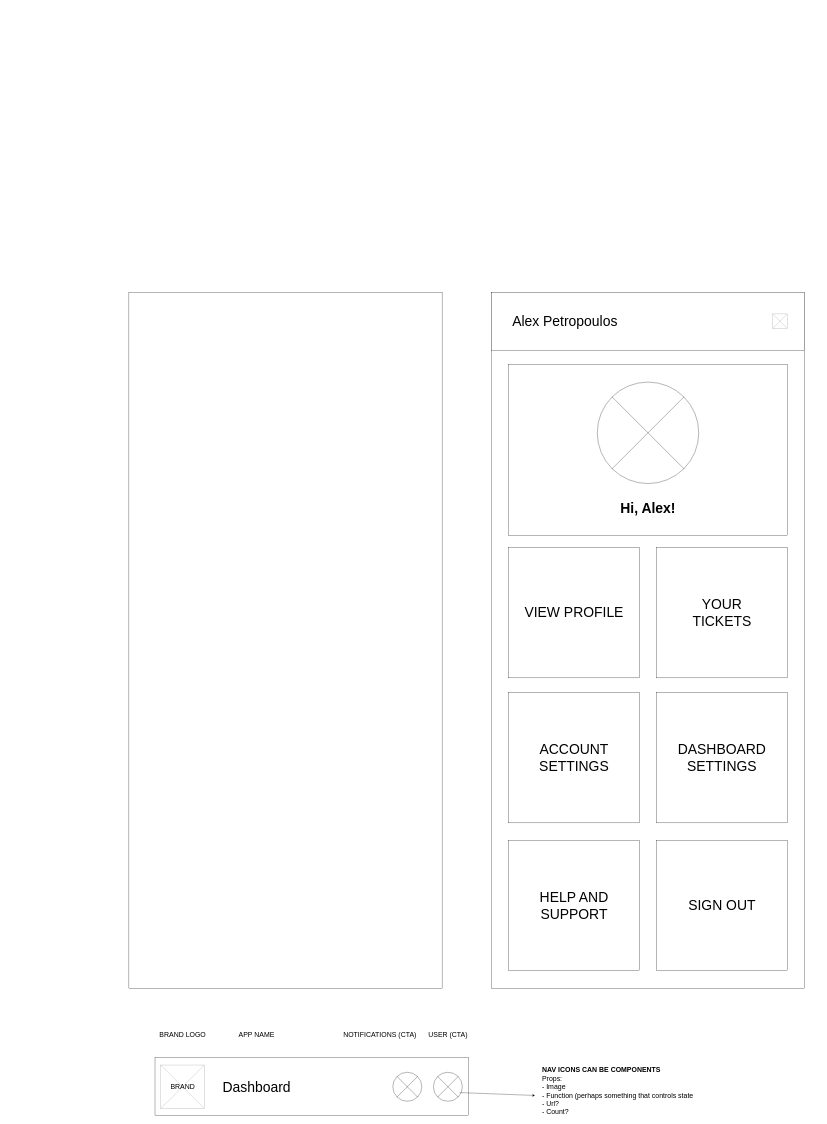
Earlier version of the draw.io diagram wireframes.drawio (DaFleks/project-shahp). Source tidied: cells renumbered, new cells numbered last; positions are measured from the earlier drawing's top-left corner, leaving out a move shared by most shapes. Both pictures are drawn from the tidied source at 29%, with x=0, y=0 at pixel (129, 292).
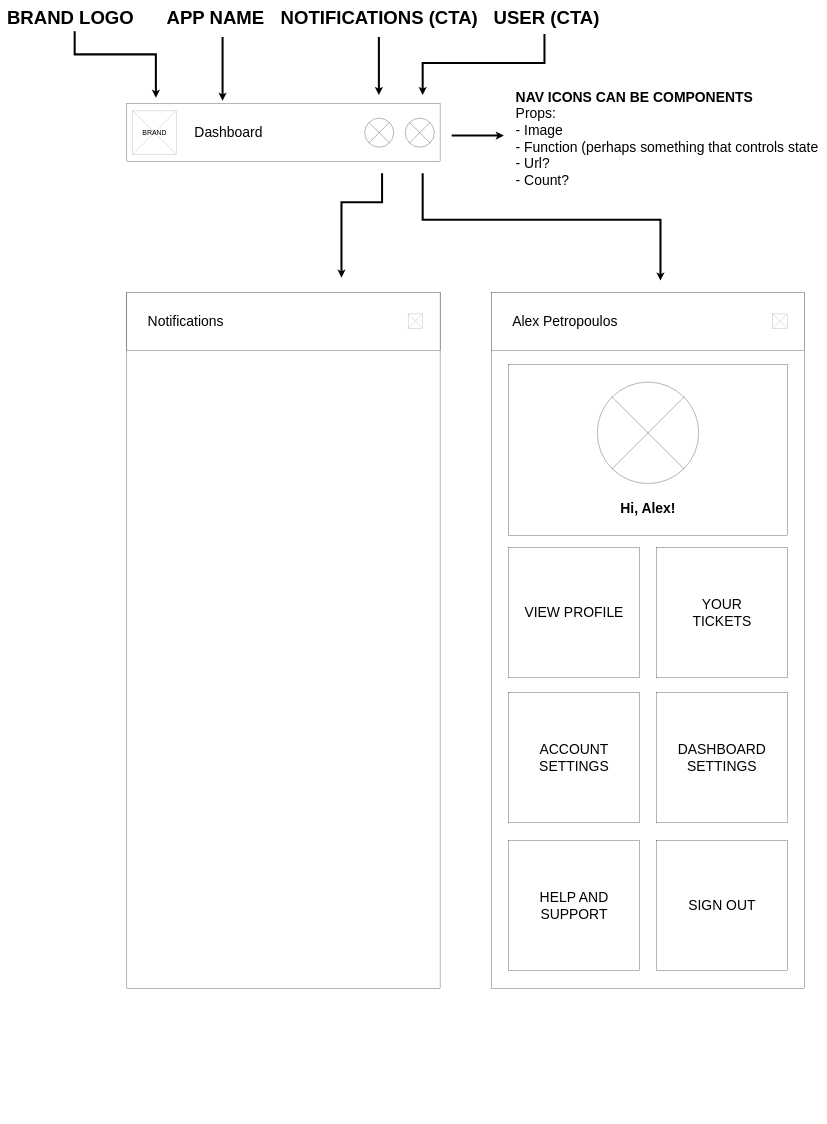
After the change.

Change to the diagram source:
```diff
@@
     <mxCell id="2" style="rounded=0;whiteSpace=wrap;html=1;" parent="1" vertex="1">
-      <mxGeometry x="90" y="2640" width="1080" height="200" as="geometry" />
+      <mxGeometry x="-7" y="-650" width="1080" height="200" as="geometry" />
     </mxCell>
     <mxCell id="3" style="group;" parent="1" vertex="1">
-      <mxGeometry x="110" y="2665" width="150" height="150" as="geometry" />
+      <mxGeometry x="13" y="-625" width="150" height="150" as="geometry" />
     </mxCell>
@@
     <mxCell id="6" style="shape=sumEllipse;perimeter=ellipsePerimeter;whiteSpace=wrap;html=1;backgroundOutline=1;" parent="1" vertex="1">
-      <mxGeometry x="1050" y="2690" width="100" height="100" as="geometry" />
+      <mxGeometry x="953" y="-600" width="100" height="100" as="geometry" />
     </mxCell>
     <mxCell id="7" style="shape=sumEllipse;perimeter=ellipsePerimeter;whiteSpace=wrap;html=1;backgroundOutline=1;" parent="1" vertex="1">
-      <mxGeometry x="910" y="2690" width="100" height="100" as="geometry" />
+      <mxGeometry x="813" y="-600" width="100" height="100" as="geometry" />
     </mxCell>
     <mxCell id="8" value="&lt;font&gt;Dashboard&lt;/font&gt;" style="text;html=1;align=center;verticalAlign=middle;strokeColor=none;fillColor=none;fontSize=48;" parent="1" vertex="1">
-      <mxGeometry x="310" y="2705" width="260" height="70" as="geometry" />
+      <mxGeometry x="213" y="-585" width="260" height="70" as="geometry" />
     </mxCell>
-    <mxCell id="9" value="&lt;span style=&quot;font-size: 24px;&quot;&gt;NOTIFICATIONS (CTA)&lt;/span&gt;" style="text;html=1;align=center;verticalAlign=middle;strokeColor=none;fillColor=none;" parent="1" vertex="1">
-      <mxGeometry x="725" y="2540" width="280" height="40" as="geometry" />
+    <mxCell id="9" value="&lt;span&gt;NOTIFICATIONS (CTA)&lt;/span&gt;" style="text;html=1;align=center;verticalAlign=middle;strokeColor=none;fillColor=none;fontSize=64;fontStyle=1;" parent="1" vertex="1">
+      <mxGeometry x="513" y="-990" width="700" height="90" as="geometry" />
     </mxCell>
-    <mxCell id="10" value="&lt;span style=&quot;font-size: 24px;&quot;&gt;USER (CTA)&lt;/span&gt;" style="text;html=1;align=center;verticalAlign=middle;strokeColor=none;fillColor=none;" parent="1" vertex="1">
-      <mxGeometry x="1020" y="2540" width="160" height="40" as="geometry" />
+    <mxCell id="10" value="&lt;span&gt;USER (CTA)&lt;/span&gt;" style="text;html=1;align=center;verticalAlign=middle;strokeColor=none;fillColor=none;fontSize=64;fontStyle=1;" parent="1" vertex="1">
+      <mxGeometry x="1250" y="-990" width="380" height="90" as="geometry" />
     </mxCell>
-    <mxCell id="11" value="&lt;span style=&quot;font-size: 24px;&quot;&gt;APP NAME&lt;/span&gt;" style="text;html=1;align=center;verticalAlign=middle;strokeColor=none;fillColor=none;" parent="1" vertex="1">
-      <mxGeometry x="365" y="2540" width="150" height="40" as="geometry" />
+    <mxCell id="11" value="&lt;span&gt;APP NAME&lt;/span&gt;" style="text;html=1;align=center;verticalAlign=middle;strokeColor=none;fillColor=none;fontSize=64;fontStyle=1;" parent="1" vertex="1">
+      <mxGeometry x="123" y="-990" width="350" height="90" as="geometry" />
     </mxCell>
-    <mxCell id="12" value="&lt;span style=&quot;font-size: 24px;&quot;&gt;BRAND LOGO&lt;/span&gt;" style="text;html=1;align=center;verticalAlign=middle;strokeColor=none;fillColor=none;" parent="1" vertex="1">
-      <mxGeometry x="95" y="2540" width="180" height="40" as="geometry" />
+    <mxCell id="12" value="&lt;span&gt;BRAND LOGO&lt;/span&gt;" style="text;html=1;align=center;verticalAlign=middle;strokeColor=none;fillColor=none;fontSize=64;fontStyle=1;" parent="1" vertex="1">
+      <mxGeometry x="-427" y="-990" width="450" height="90" as="geometry" />
     </mxCell>
-    <mxCell id="13" value="&lt;div style=&quot;text-align: left;&quot;&gt;&lt;span style=&quot;font-size: 24px; background-color: transparent; color: light-dark(rgb(0, 0, 0), rgb(255, 255, 255));&quot;&gt;&lt;b&gt;NAV ICONS CAN BE COMPONENTS&lt;/b&gt;&lt;/span&gt;&lt;/div&gt;&lt;div style=&quot;text-align: left;&quot;&gt;&lt;span style=&quot;font-size: 24px;&quot;&gt;Props:&lt;/span&gt;&lt;/div&gt;&lt;div style=&quot;text-align: left;&quot;&gt;&lt;span style=&quot;font-size: 24px;&quot;&gt;- Image&lt;/span&gt;&lt;/div&gt;&lt;div style=&quot;text-align: left;&quot;&gt;&lt;span style=&quot;font-size: 24px;&quot;&gt;- Function (perhaps something that controls state&lt;/span&gt;&lt;/div&gt;&lt;div style=&quot;text-align: left;&quot;&gt;&lt;span style=&quot;font-size: 24px;&quot;&gt;- Url?&lt;/span&gt;&lt;/div&gt;&lt;div style=&quot;text-align: left;&quot;&gt;&lt;span style=&quot;font-size: 24px;&quot;&gt;- Count?&lt;/span&gt;&lt;/div&gt;" style="text;html=1;align=center;verticalAlign=middle;strokeColor=none;fillColor=none;" parent="1" vertex="1">
-      <mxGeometry x="1410" y="2660" width="550" height="190" as="geometry" />
+    <mxCell id="13" value="&lt;div style=&quot;text-align: left;&quot;&gt;&lt;span style=&quot;background-color: transparent; color: light-dark(rgb(0, 0, 0), rgb(255, 255, 255));&quot;&gt;&lt;b style=&quot;&quot;&gt;&lt;font style=&quot;font-size: 48px;&quot;&gt;NAV ICONS CAN BE COMPONENTS&lt;/font&gt;&lt;/b&gt;&lt;/span&gt;&lt;/div&gt;&lt;div style=&quot;text-align: left;&quot;&gt;&lt;font style=&quot;font-size: 48px;&quot;&gt;Props:&lt;/font&gt;&lt;/div&gt;&lt;div style=&quot;text-align: left;&quot;&gt;&lt;font style=&quot;font-size: 48px;&quot;&gt;- Image&lt;/font&gt;&lt;/div&gt;&lt;div style=&quot;text-align: left;&quot;&gt;&lt;font style=&quot;font-size: 48px;&quot;&gt;- Function (perhaps something that controls state&lt;/font&gt;&lt;/div&gt;&lt;div style=&quot;text-align: left;&quot;&gt;&lt;font style=&quot;font-size: 48px;&quot;&gt;- Url?&lt;/font&gt;&lt;/div&gt;&lt;div style=&quot;text-align: left;&quot;&gt;&lt;font style=&quot;font-size: 48px;&quot;&gt;- Count?&lt;/font&gt;&lt;/div&gt;" style="text;html=1;align=center;verticalAlign=middle;strokeColor=none;fillColor=none;" parent="1" vertex="1">
+      <mxGeometry x="1320" y="-710" width="1070" height="360" as="geometry" />
     </mxCell>
-    <mxCell id="14" style="endArrow=classic;html=1;rounded=0;" parent="1" edge="1">
+    <mxCell id="14" style="endArrow=classic;html=1;rounded=0;fontSize=24;strokeWidth=7;" parent="1" edge="1">
       <mxGeometry relative="1" as="geometry">
-        <mxPoint x="1140" y="2760" as="sourcePoint" />
-        <mxPoint x="1400" y="2770" as="targetPoint" />
+        <mxPoint x="1113" y="-540" as="sourcePoint" />
+        <mxPoint x="1293" y="-540" as="targetPoint" />
       </mxGeometry>
     </mxCell>
@@
     <mxCell id="16" style="rounded=0;whiteSpace=wrap;html=1;" parent="1" vertex="1">
-      <mxGeometry width="1080" height="2400" as="geometry" />
+      <mxGeometry x="-7" width="1080" height="2400" as="geometry" />
     </mxCell>
@@
+    <mxCell id="29" style="rounded=0;whiteSpace=wrap;html=1;" parent="1" vertex="1">
+      <mxGeometry x="-7" width="1080" height="200" as="geometry" />
+    </mxCell>
+    <mxCell id="30" value="&lt;font&gt;Notifications&lt;/font&gt;" style="text;html=1;align=left;verticalAlign=middle;strokeColor=none;fillColor=none;fontSize=48;" parent="1" vertex="1">
+      <mxGeometry x="63" y="65" width="280" height="70" as="geometry" />
+    </mxCell>
+    <mxCell id="31" style="verticalLabelPosition=bottom;shadow=0;dashed=0;align=center;html=1;verticalAlign=top;strokeWidth=1;shape=mxgraph.mockup.graphics.simpleIcon;strokeColor=#999999;" parent="1" vertex="1">
+      <mxGeometry x="963" y="75" width="50" height="50" as="geometry" />
+    </mxCell>
+    <mxCell id="32" style="endArrow=classic;html=1;rounded=0;fontStyle=0;shadow=0;flowAnimation=0;curved=0;strokeWidth=7;" parent="1" edge="1">
+      <mxGeometry relative="1" as="geometry">
+        <mxPoint x="1013" y="-410" as="sourcePoint" />
+        <mxPoint x="1833" y="-40" as="targetPoint" />
+        <Array as="points">
+          <mxPoint x="1013" y="-250" />
+          <mxPoint x="1833" y="-250" />
+        </Array>
+      </mxGeometry>
+    </mxCell>
+    <mxCell id="33" style="endArrow=classic;html=1;rounded=0;fontStyle=0;shadow=0;flowAnimation=0;curved=0;strokeWidth=7;" parent="1" edge="1">
+      <mxGeometry relative="1" as="geometry">
+        <mxPoint x="873" y="-410" as="sourcePoint" />
+        <mxPoint x="733" y="-50" as="targetPoint" />
+        <Array as="points">
+          <mxPoint x="873" y="-310" />
+          <mxPoint x="733" y="-310" />
+        </Array>
+      </mxGeometry>
+    </mxCell>
+    <mxCell id="34" style="endArrow=classic;html=1;rounded=0;fontStyle=0;shadow=0;flowAnimation=0;strokeWidth=7;" parent="1" edge="1">
+      <mxGeometry relative="1" as="geometry">
+        <mxPoint x="862" y="-880" as="sourcePoint" />
+        <mxPoint x="862" y="-680" as="targetPoint" />
+      </mxGeometry>
+    </mxCell>
+    <mxCell id="35" style="endArrow=classic;html=1;rounded=0;fontStyle=0;shadow=0;flowAnimation=0;strokeWidth=7;" parent="1" edge="1">
+      <mxGeometry relative="1" as="geometry">
+        <mxPoint x="1433" y="-890" as="sourcePoint" />
+        <mxPoint x="1013" y="-680" as="targetPoint" />
+        <Array as="points">
+          <mxPoint x="1433" y="-790" />
+          <mxPoint x="1013" y="-790" />
+        </Array>
+      </mxGeometry>
+    </mxCell>
+    <mxCell id="36" style="endArrow=classic;html=1;rounded=0;fontStyle=0;shadow=0;flowAnimation=0;strokeWidth=7;" parent="1" edge="1">
+      <mxGeometry relative="1" as="geometry">
+        <mxPoint x="-187" y="-900" as="sourcePoint" />
+        <mxPoint x="93" y="-670" as="targetPoint" />
+        <Array as="points">
+          <mxPoint x="-187" y="-900" />
+          <mxPoint x="-187" y="-820" />
+          <mxPoint x="-57" y="-820" />
+          <mxPoint x="93" y="-820" />
+        </Array>
+      </mxGeometry>
+    </mxCell>
+    <mxCell id="37" style="endArrow=classic;html=1;rounded=0;fontStyle=0;shadow=0;flowAnimation=0;strokeWidth=7;" parent="1" edge="1">
+      <mxGeometry relative="1" as="geometry">
+        <mxPoint x="323" y="-880" as="sourcePoint" />
+        <mxPoint x="323" y="-660" as="targetPoint" />
+      </mxGeometry>
+    </mxCell>
```
